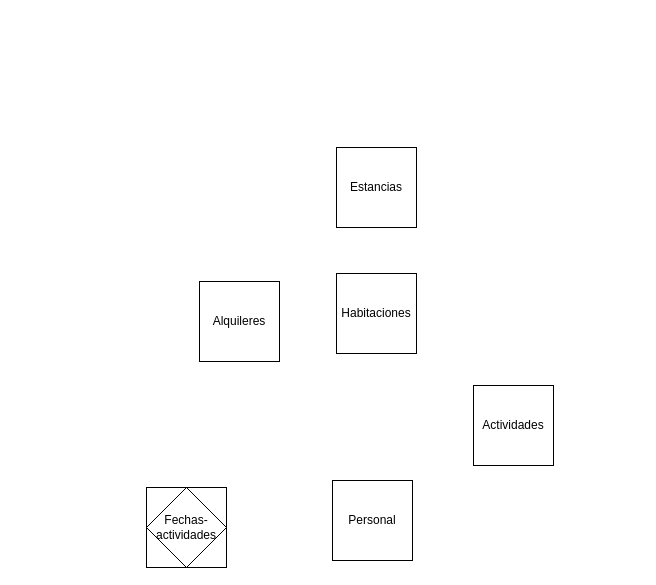
Above: Ejercicio5.drawio in Daniel-Ceriana/BD1 (draw.io), before the change. Source tidied: cells renumbered, new cells numbered last; positions are measured from the earlier drawing's top-left corner, leaving out a move shared by most shapes. Both pictures are drawn from the tidied source at 100%, with x=0, y=0 at pixel (146, 147).
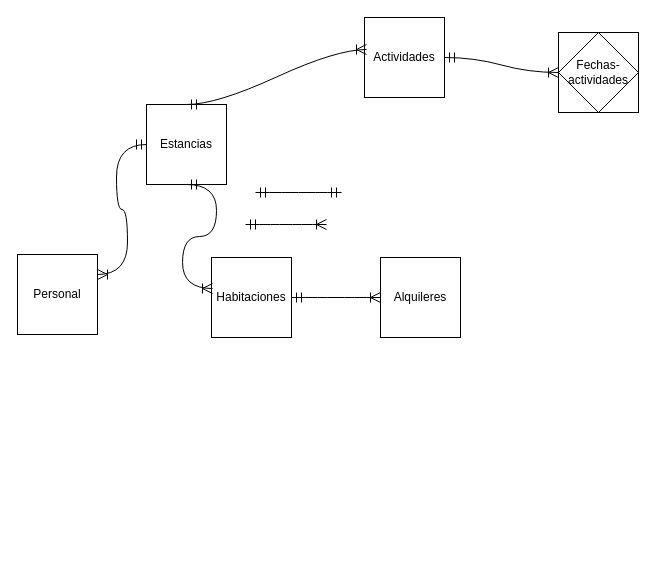
The same page after the edit.

What changed in the source:
```diff
@@
     <mxCell id="2" value="Estancias" style="whiteSpace=wrap;html=1;" parent="1" vertex="1">
-      <mxGeometry x="190" width="80" height="80" as="geometry" />
+      <mxGeometry y="-43" width="80" height="80" as="geometry" />
     </mxCell>
     <mxCell id="3" value="Habitaciones" style="whiteSpace=wrap;html=1;" parent="1" vertex="1">
-      <mxGeometry x="190" y="126" width="80" height="80" as="geometry" />
+      <mxGeometry x="65" y="110" width="80" height="80" as="geometry" />
     </mxCell>
     <mxCell id="4" style="whiteSpace=wrap;html=1;" parent="1" vertex="1">
-      <mxGeometry y="340" width="80" height="80" as="geometry" />
+      <mxGeometry x="412" y="-115" width="80" height="80" as="geometry" />
     </mxCell>
     <mxCell id="5" value="Personal" style="whiteSpace=wrap;html=1;" parent="1" vertex="1">
-      <mxGeometry x="186" y="333" width="80" height="80" as="geometry" />
+      <mxGeometry x="-129" y="107" width="80" height="80" as="geometry" />
     </mxCell>
     <mxCell id="6" value="Alquileres" style="whiteSpace=wrap;html=1;" parent="1" vertex="1">
-      <mxGeometry x="53" y="134" width="80" height="80" as="geometry" />
+      <mxGeometry x="234" y="110" width="80" height="80" as="geometry" />
     </mxCell>
     <mxCell id="7" value="Actividades" style="whiteSpace=wrap;html=1;" parent="1" vertex="1">
-      <mxGeometry x="327" y="238" width="80" height="80" as="geometry" />
+      <mxGeometry x="218" y="-130" width="80" height="80" as="geometry" />
     </mxCell>
     <mxCell id="8" value="Fechas-actividades" style="rhombus;whiteSpace=wrap;html=1;" parent="1" vertex="1">
-      <mxGeometry y="340" width="80" height="80" as="geometry" />
+      <mxGeometry x="412" y="-115" width="80" height="80" as="geometry" />
     </mxCell>
+    <mxCell id="9" style="edgeStyle=entityRelationEdgeStyle;fontSize=12;html=1;endArrow=ERoneToMany;startArrow=ERmandOne;rounded=0;startSize=8;endSize=8;curved=1;" parent="1" edge="1">
+      <mxGeometry relative="1" as="geometry">
+        <mxPoint x="99" y="77" as="sourcePoint" />
+        <mxPoint x="180" y="77" as="targetPoint" />
+        <Array as="points">
+          <mxPoint x="211" y="127" />
+          <mxPoint x="59" y="-78" />
+        </Array>
+      </mxGeometry>
+    </mxCell>
+    <mxCell id="10" style="edgeStyle=entityRelationEdgeStyle;fontSize=12;html=1;endArrow=ERmandOne;startArrow=ERmandOne;rounded=0;startSize=8;endSize=8;curved=1;" parent="1" edge="1">
+      <mxGeometry relative="1" as="geometry">
+        <mxPoint x="109" y="45" as="sourcePoint" />
+        <mxPoint x="195" y="45" as="targetPoint" />
+        <Array as="points">
+          <mxPoint x="93" y="-123" />
+        </Array>
+      </mxGeometry>
+    </mxCell>
+    <mxCell id="11" style="edgeStyle=entityRelationEdgeStyle;fontSize=12;html=1;endArrow=ERoneToMany;startArrow=ERmandOne;rounded=0;startSize=8;endSize=8;curved=1;exitX=0.5;exitY=1;exitDx=0;exitDy=0;entryX=0.013;entryY=0.388;entryDx=0;entryDy=0;entryPerimeter=0;" parent="1" edge="1" source="2" target="3">
+      <mxGeometry relative="1" as="geometry">
+        <Array as="points">
+          <mxPoint x="270" y="280" />
+          <mxPoint x="118" y="75" />
+        </Array>
+      </mxGeometry>
+    </mxCell>
+    <mxCell id="12" style="edgeStyle=entityRelationEdgeStyle;fontSize=12;html=1;endArrow=ERoneToMany;startArrow=ERmandOne;rounded=0;startSize=8;endSize=8;curved=1;exitX=0.5;exitY=0;exitDx=0;exitDy=0;entryX=0.025;entryY=0.4;entryDx=0;entryDy=0;entryPerimeter=0;" parent="1" edge="1" source="2" target="7">
+      <mxGeometry relative="1" as="geometry">
+        <Array as="points">
+          <mxPoint x="306" y="276" />
+          <mxPoint x="154" y="71" />
+        </Array>
+      </mxGeometry>
+    </mxCell>
+    <mxCell id="13" style="edgeStyle=entityRelationEdgeStyle;fontSize=12;html=1;endArrow=ERoneToMany;startArrow=ERmandOne;rounded=0;startSize=8;endSize=8;curved=1;exitX=1;exitY=0.5;exitDx=0;exitDy=0;entryX=0;entryY=0.5;entryDx=0;entryDy=0;" parent="1" edge="1" source="3" target="6">
+      <mxGeometry relative="1" as="geometry">
+        <Array as="points">
+          <mxPoint x="293" y="295" />
+          <mxPoint x="141" y="90" />
+        </Array>
+      </mxGeometry>
+    </mxCell>
+    <mxCell id="14" style="edgeStyle=entityRelationEdgeStyle;fontSize=12;html=1;endArrow=ERoneToMany;startArrow=ERmandOne;rounded=0;startSize=8;endSize=8;curved=1;exitX=1;exitY=0.5;exitDx=0;exitDy=0;entryX=0;entryY=0.5;entryDx=0;entryDy=0;" parent="1" edge="1" source="7" target="4">
+      <mxGeometry relative="1" as="geometry">
+        <Array as="points">
+          <mxPoint x="295" y="281" />
+          <mxPoint x="143" y="76" />
+        </Array>
+      </mxGeometry>
+    </mxCell>
+    <mxCell id="15" style="edgeStyle=entityRelationEdgeStyle;fontSize=12;html=1;endArrow=ERoneToMany;startArrow=ERmandOne;rounded=0;startSize=8;endSize=8;curved=1;exitX=0;exitY=0.5;exitDx=0;exitDy=0;entryX=1;entryY=0.25;entryDx=0;entryDy=0;" parent="1" edge="1" source="2" target="5">
+      <mxGeometry relative="1" as="geometry">
+        <Array as="points">
+          <mxPoint x="301" y="277" />
+          <mxPoint x="149" y="72" />
+        </Array>
+      </mxGeometry>
+    </mxCell>
```
